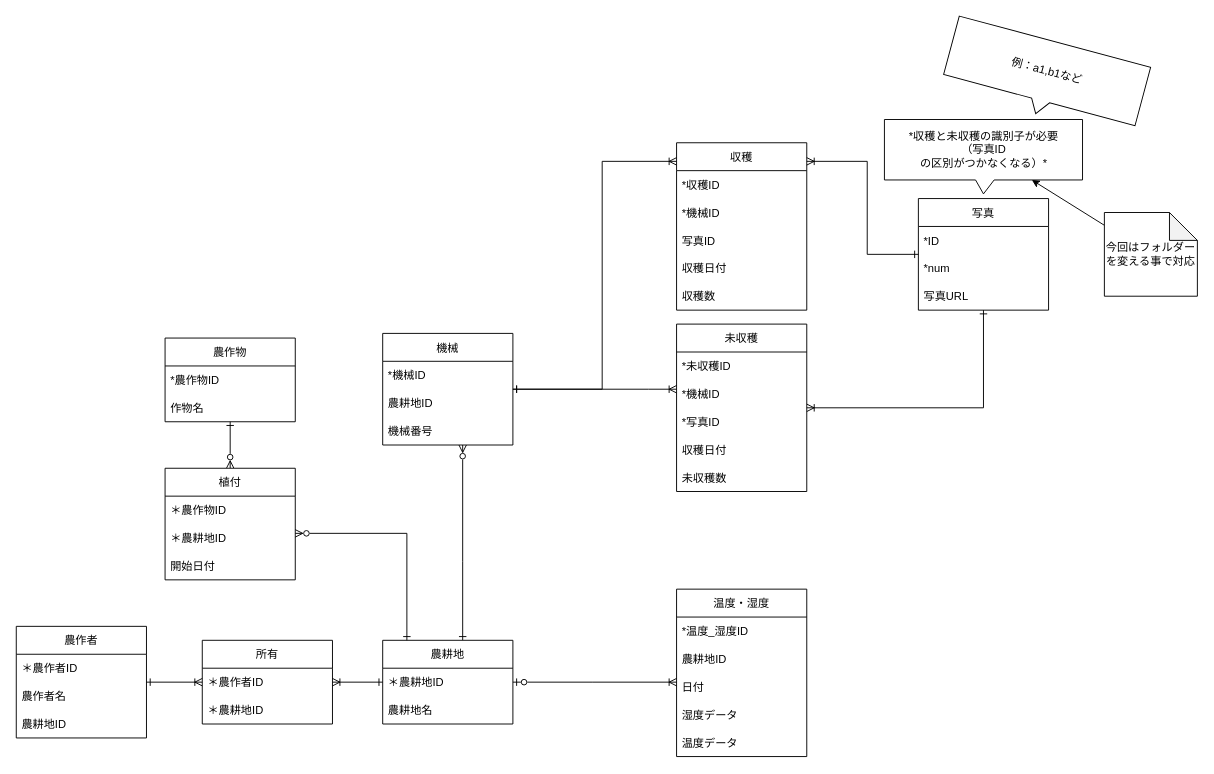
Above: page "Ver0.34" (7 of 7) of DB資料/ER図.drawio in oryusan0214/pepper_harvester (draw.io), before the change. Source tidied: cells renumbered, new cells numbered last; positions are measured from the earlier drawing's top-left corner, leaving out a move shared by most shapes. Both pictures are drawn from the tidied source at 93%, with x=0, y=0 at pixel (16, 40).
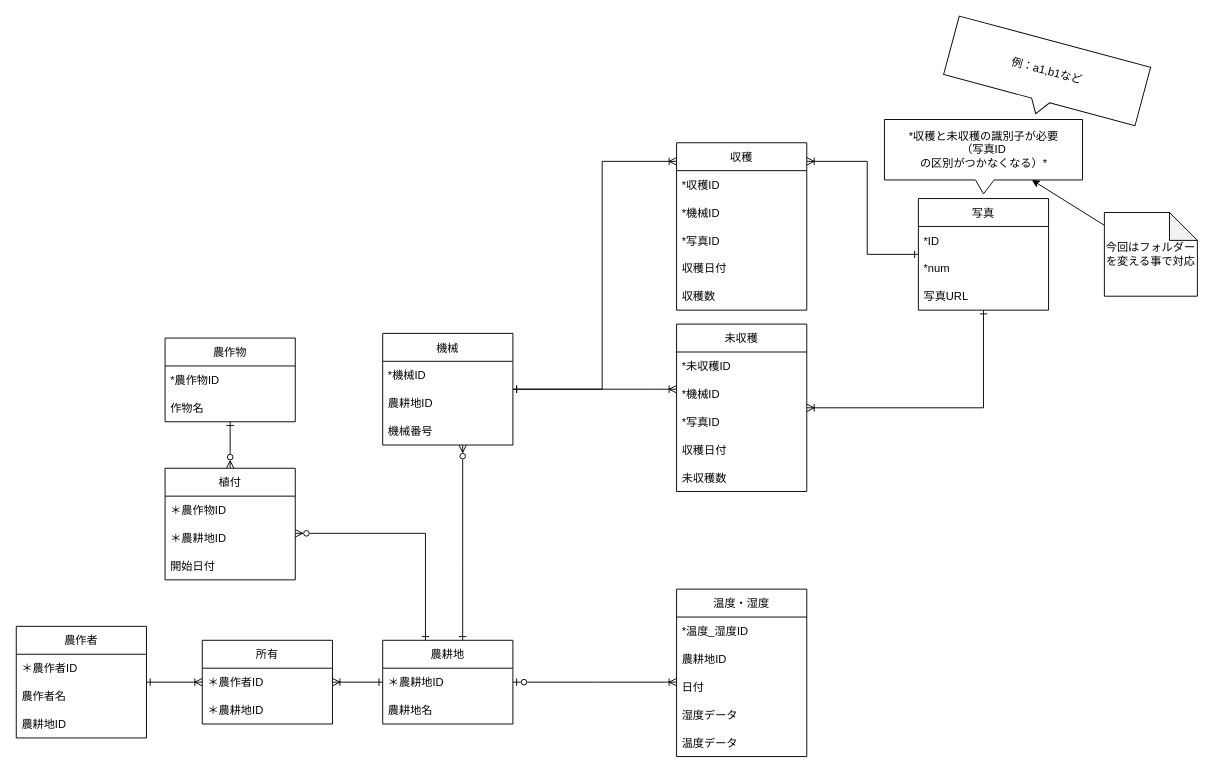
The same diagram, later.

The change refers to these unchanged cells:
```xml
<mxCell id="8" value="農耕地" style="swimlane;fontStyle=0;horizontal=1;startSize=30;" parent="1" vertex="1">
  <mxGeometry x="394" y="645" width="140" height="90" as="geometry" />
</mxCell>
<mxCell id="11" value="収穫" style="swimlane;fontStyle=0;horizontal=1;startSize=30;" parent="1" vertex="1">
  <mxGeometry x="710" y="110" width="140" height="180" as="geometry" />
</mxCell>
<mxCell id="45" value="植付" style="swimlane;fontStyle=0;horizontal=1;startSize=30;" parent="1" vertex="1">
  <mxGeometry x="160" y="460" width="140" height="120" as="geometry" />
</mxCell>
```

Diff of the diagram source:
```diff
@@
-    <mxCell id="14" value="写真ID" style="text;strokeColor=none;fillColor=none;align=left;verticalAlign=middle;spacingLeft=4;spacingRight=4;overflow=hidden;" parent="11" vertex="1">
+    <mxCell id="14" value="*写真ID" style="text;strokeColor=none;fillColor=none;align=left;verticalAlign=middle;spacingLeft=4;spacingRight=4;overflow=hidden;" parent="11" vertex="1">
       <mxGeometry y="90" width="140" height="30" as="geometry" />
     </mxCell>
@@
     <mxCell id="49" style="edgeStyle=orthogonalEdgeStyle;rounded=0;jettySize=auto;html=1;startArrow=ERone;startFill=0;endArrow=ERzeroToMany;endFill=0;" parent="1" edge="1" source="8" target="45">
       <mxGeometry relative="1" as="geometry">
         <Array as="points">
-          <mxPoint x="420" y="530" />
+          <mxPoint x="440" y="530" />
         </Array>
       </mxGeometry>
     </mxCell>
```
